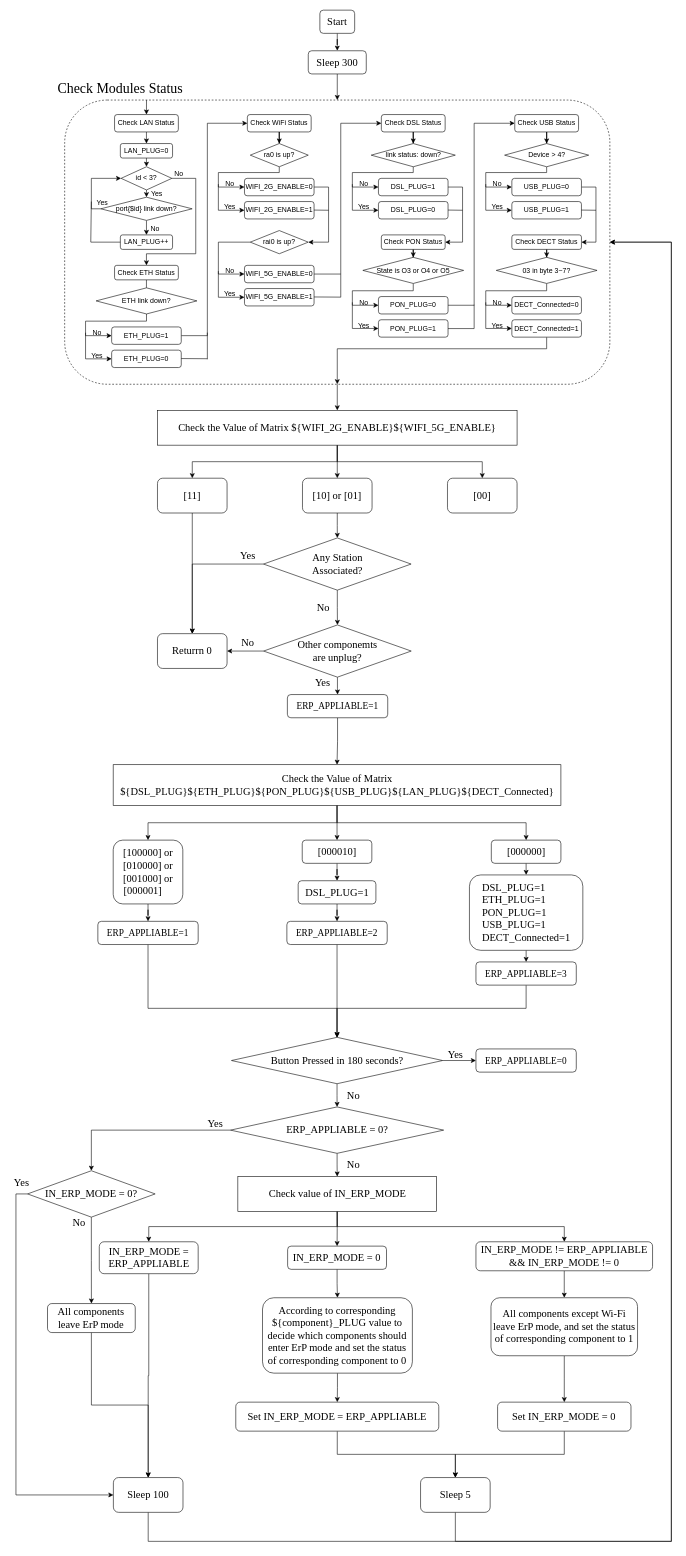
asd72570711/draw.io keeps this draw.io diagram as ErP_Monitor_script.drawio. Above is the earlier version. Source tidied: cells renumbered, new cells numbered last; positions are measured from the earlier drawing's top-left corner, leaving out a move shared by most shapes. Both pictures are drawn from the tidied source at 58%, with x=0, y=0 at pixel (10, 10).
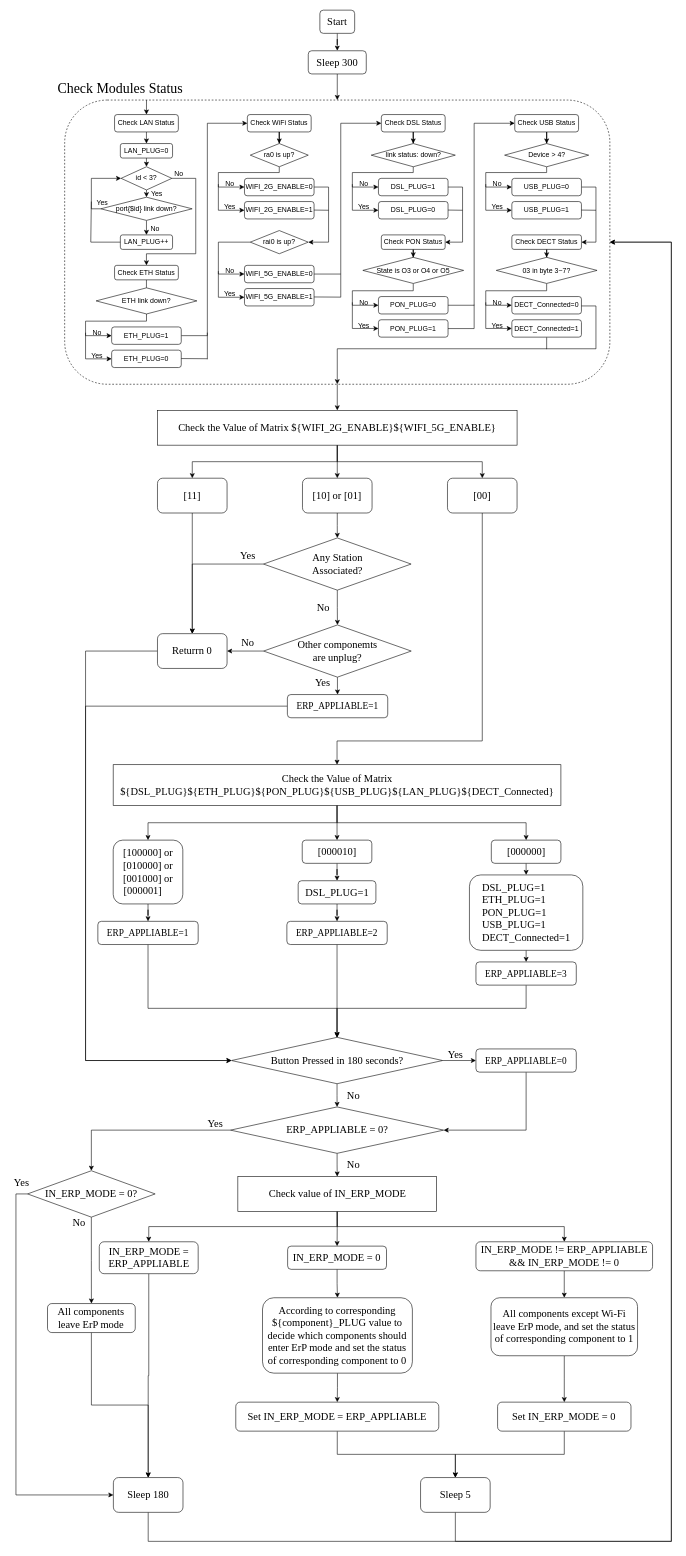
The same diagram, later.

The change refers to these unchanged cells:
```xml
<mxCell id="115" value="&lt;font face=&quot;Times New Roman&quot; style=&quot;font-size: 18px;&quot;&gt;[00]&lt;/font&gt;" style="rounded=1;whiteSpace=wrap;html=1;" parent="1" vertex="1">
  <mxGeometry x="754" y="807" width="120" height="60" as="geometry" />
</mxCell>
<mxCell id="118" value="&lt;font face=&quot;Times New Roman&quot; style=&quot;font-size: 18px;&quot;&gt;Returrn 0&lt;/font&gt;" style="rounded=1;whiteSpace=wrap;html=1;" parent="1" vertex="1">
  <mxGeometry x="254" y="1075" width="120" height="60" as="geometry" />
</mxCell>
<mxCell id="124" value="&lt;font size=&quot;3&quot; face=&quot;Times New Roman&quot;&gt;ERP_APPLIABLE=1&lt;/font&gt;" style="rounded=1;whiteSpace=wrap;html=1;" parent="1" vertex="1">
  <mxGeometry x="478" y="1180" width="173" height="40" as="geometry" />
</mxCell>
<mxCell id="129" value="&lt;font style=&quot;&quot; face=&quot;Times New Roman&quot;&gt;&lt;font style=&quot;font-size: 18px;&quot;&gt;Check the Value of Matrix&lt;br&gt;${DSL_PLUG}${ETH_PLUG}${PON_PLUG}${USB_PLUG}${LAN_PLUG}${DECT_Connected}&lt;/font&gt;&lt;br&gt;&lt;/font&gt;" style="rounded=0;whiteSpace=wrap;html=1;" parent="1" vertex="1">
  <mxGeometry x="177.6" y="1301" width="772" height="70" as="geometry" />
</mxCell>
<mxCell id="148" value="&lt;font style=&quot;font-size: 18px;&quot; face=&quot;Times New Roman&quot;&gt;Button Pressed in 180 seconds?&lt;/font&gt;" style="rhombus;whiteSpace=wrap;html=1;" parent="1" vertex="1">
  <mxGeometry x="381.6" y="1771" width="364" height="80" as="geometry" />
</mxCell>
<mxCell id="149" value="&lt;font size=&quot;3&quot; face=&quot;Times New Roman&quot;&gt;ERP_APPLIABLE=0&lt;/font&gt;" style="rounded=1;whiteSpace=wrap;html=1;" parent="1" vertex="1">
  <mxGeometry x="803.1" y="1791" width="173" height="40" as="geometry" />
</mxCell>
<mxCell id="154" value="&lt;font style=&quot;font-size: 18px;&quot; face=&quot;Times New Roman&quot;&gt;ERP_APPLIABLE = 0?&lt;/font&gt;" style="rhombus;whiteSpace=wrap;html=1;" parent="1" vertex="1">
  <mxGeometry x="379.9" y="1891" width="367.5" height="80" as="geometry" />
</mxCell>
```

The edit, as a diff of the source:
```diff
@@
+    <mxCell id="193" style="edgeStyle=orthogonalEdgeStyle;rounded=0;jettySize=auto;html=1;exitX=0.5;exitY=1;exitDx=0;exitDy=0;entryX=0.5;entryY=0;entryDx=0;entryDy=0;" parent="1" edge="1" source="115" target="129">
+      <mxGeometry relative="1" as="geometry">
+        <Array as="points">
+          <mxPoint x="814" y="1260" />
+          <mxPoint x="564" y="1260" />
+        </Array>
+      </mxGeometry>
+    </mxCell>
@@
+    <mxCell id="194" style="edgeStyle=orthogonalEdgeStyle;rounded=0;jettySize=auto;html=1;exitX=0;exitY=0.5;exitDx=0;exitDy=0;entryX=0;entryY=0.5;entryDx=0;entryDy=0;" parent="1" edge="1" source="118" target="148">
+      <mxGeometry relative="1" as="geometry">
+        <Array as="points">
+          <mxPoint x="130" y="1105" />
+          <mxPoint x="130" y="1811" />
+        </Array>
+      </mxGeometry>
+    </mxCell>
@@
-    <mxCell id="123" style="edgeStyle=orthogonalEdgeStyle;rounded=0;jettySize=auto;html=1;" parent="1" edge="1" source="124" target="129">
-      <mxGeometry relative="1" as="geometry" />
-    </mxCell>
+    <mxCell id="195" style="edgeStyle=orthogonalEdgeStyle;rounded=0;jettySize=auto;html=1;exitX=0;exitY=0.5;exitDx=0;exitDy=0;entryX=0;entryY=0.5;entryDx=0;entryDy=0;" parent="1" edge="1" source="124" target="148">
+      <mxGeometry relative="1" as="geometry">
+        <Array as="points">
+          <mxPoint x="130" y="1200" />
+          <mxPoint x="130" y="1811" />
+        </Array>
+      </mxGeometry>
+    </mxCell>
@@
+    <mxCell id="196" style="edgeStyle=orthogonalEdgeStyle;rounded=0;jettySize=auto;html=1;exitX=0.5;exitY=1;exitDx=0;exitDy=0;entryX=1;entryY=0.5;entryDx=0;entryDy=0;" parent="1" edge="1" source="149" target="154">
+      <mxGeometry relative="1" as="geometry" />
+    </mxCell>
@@
-    <mxCell id="171" value="&lt;font style=&quot;font-size: 18px;&quot; face=&quot;Times New Roman&quot;&gt;Sleep 100&lt;/font&gt;" style="rounded=1;whiteSpace=wrap;html=1;" parent="1" vertex="1">
+    <mxCell id="171" value="&lt;font style=&quot;font-size: 18px;&quot; face=&quot;Times New Roman&quot;&gt;Sleep 180&lt;/font&gt;" style="rounded=1;whiteSpace=wrap;html=1;" parent="1" vertex="1">
       <mxGeometry x="178" y="2530" width="120" height="60" as="geometry" />
     </mxCell>
@@
+    <mxCell id="197" style="endArrow=none;html=1;rounded=0;" parent="1" edge="1">
+      <mxGeometry relative="1" as="geometry">
+        <mxPoint x="985" y="510" as="sourcePoint" />
+        <mxPoint x="1010" y="510" as="targetPoint" />
+      </mxGeometry>
+    </mxCell>
+    <mxCell id="198" style="endArrow=none;html=1;rounded=0;" parent="1" edge="1">
+      <mxGeometry relative="1" as="geometry">
+        <mxPoint x="1010" y="584" as="sourcePoint" />
+        <mxPoint x="1010" y="510" as="targetPoint" />
+      </mxGeometry>
+    </mxCell>
+    <mxCell id="199" style="endArrow=none;html=1;rounded=0;" parent="1" edge="1">
+      <mxGeometry relative="1" as="geometry">
+        <mxPoint x="924" y="583.8" as="sourcePoint" />
+        <mxPoint x="1010" y="583.8" as="targetPoint" />
+      </mxGeometry>
+    </mxCell>
```
